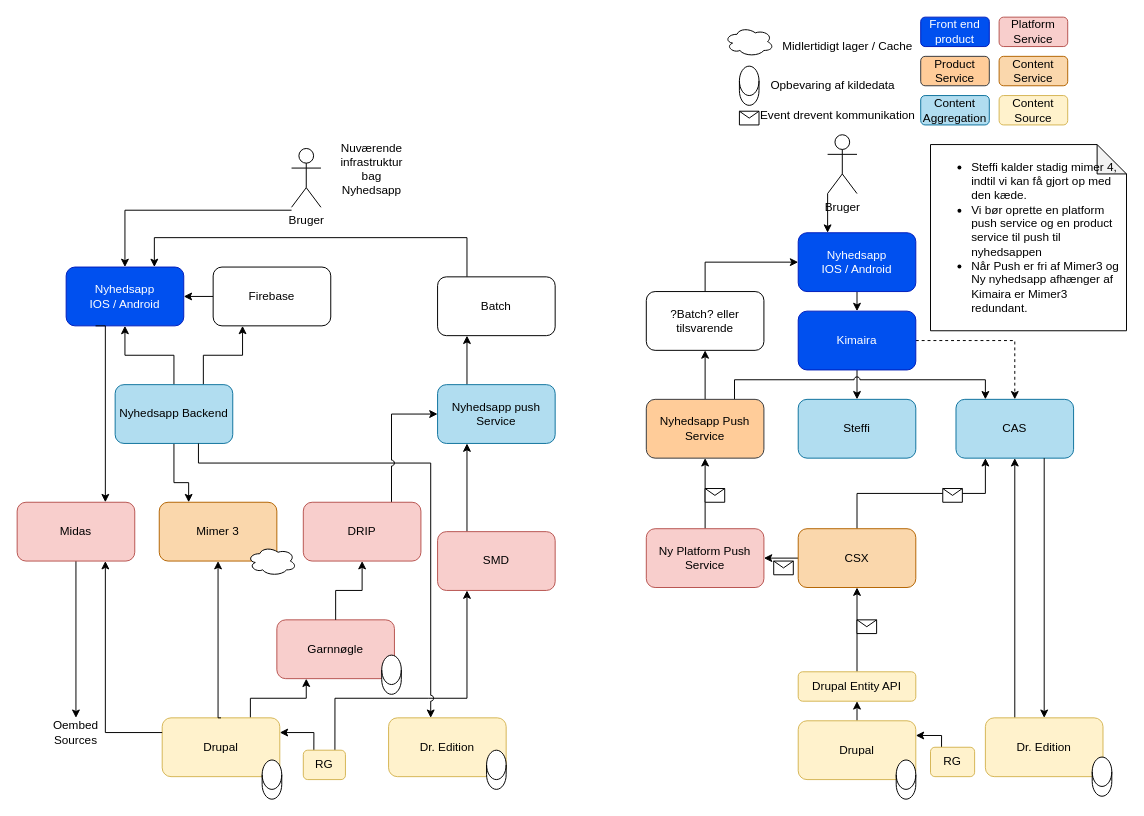
Before: draw-io/Mimer3-Nyhedsapp.drawio in drdkjtop/arkitektur, a draw.io diagram. Source tidied: cells renumbered, new cells numbered last; positions are measured from the earlier drawing's top-left corner, leaving out a move shared by most shapes. Both pictures are drawn from the tidied source at 98%, with x=0, y=0 at pixel (17, 17).
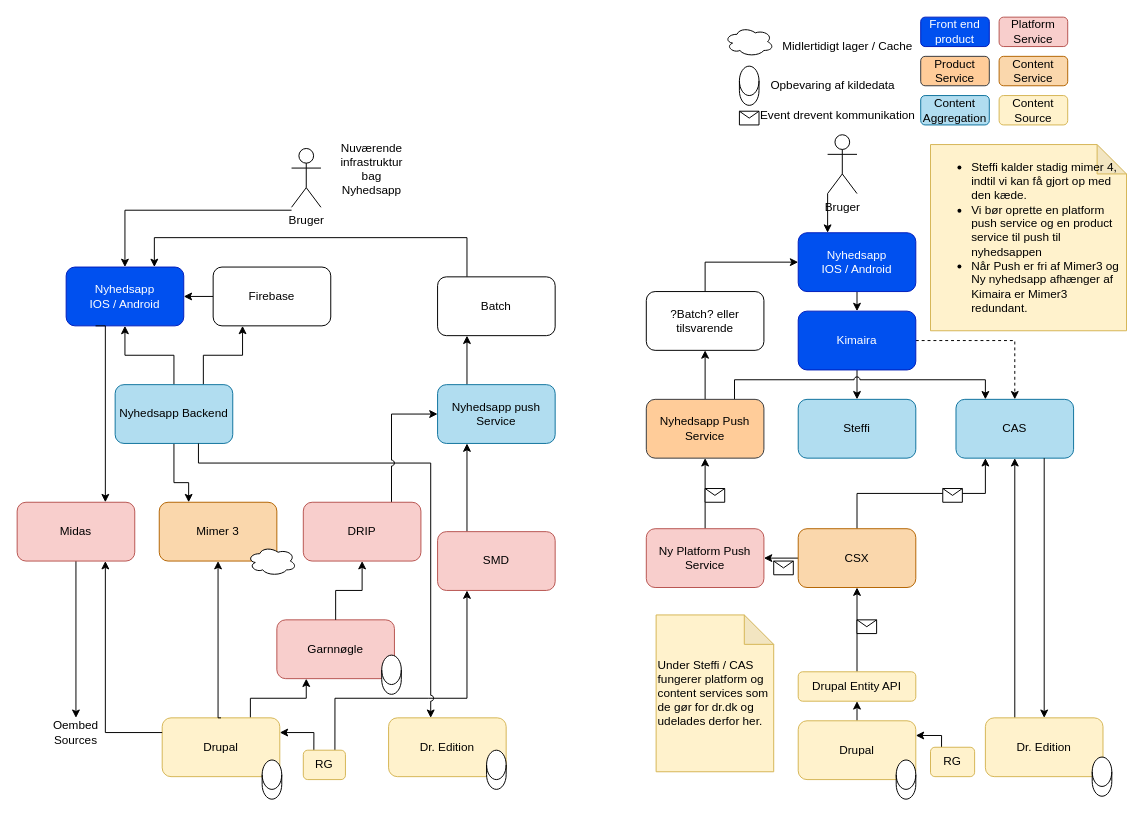
After the change.

Change to the diagram source:
```diff
@@
-    <mxCell id="83" value="&lt;ul&gt;&lt;li&gt;Steffi kalder stadig mimer 4, indtil vi kan få gjort op med den kæde.&lt;/li&gt;&lt;li&gt;Vi bør oprette en platform push service og en product service til push til nyhedsappen&lt;/li&gt;&lt;li&gt;Når Push er fri af Mimer3 og Ny nyhedsapp afhænger af Kimaira er Mimer3 redundant.&lt;/li&gt;&lt;/ul&gt;" style="shape=note;whiteSpace=wrap;html=1;backgroundOutline=1;darkOpacity=0.05;align=left;" parent="1" vertex="1">
+    <mxCell id="83" value="&lt;ul&gt;&lt;li&gt;Steffi kalder stadig mimer 4, indtil vi kan få gjort op med den kæde.&lt;/li&gt;&lt;li&gt;Vi bør oprette en platform push service og en product service til push til nyhedsappen&lt;/li&gt;&lt;li&gt;Når Push er fri af Mimer3 og Ny nyhedsapp afhænger af Kimaira er Mimer3 redundant.&lt;/li&gt;&lt;/ul&gt;" style="shape=note;whiteSpace=wrap;html=1;backgroundOutline=1;darkOpacity=0.05;align=left;fillColor=#fff2cc;strokeColor=#d6b656;" parent="1" vertex="1">
       <mxGeometry x="932" y="130" width="200" height="190" as="geometry" />
     </mxCell>
@@
+    <mxCell id="87" value="Under Steffi / CAS fungerer platform og content services som de gør for dr.dk og udelades derfor her." style="shape=note;whiteSpace=wrap;html=1;backgroundOutline=1;darkOpacity=0.05;align=left;fillColor=#fff2cc;strokeColor=#d6b656;" parent="1" vertex="1">
+      <mxGeometry x="652" y="610" width="120" height="160" as="geometry" />
+    </mxCell>
```
